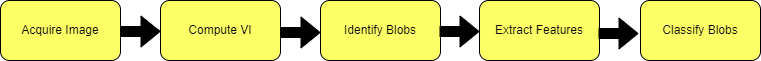
evan-mcginnis/weeds keeps this draw.io diagram as documents/figures/workflow.drawio.png. Above is the earlier version. Source tidied: cells renumbered, new cells last; positions are measured from the earlier drawing's top-left corner, leaving out a move shared by most shapes.
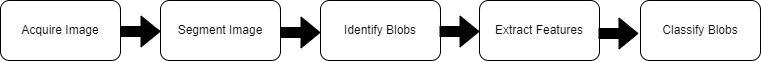
After the commit.

Change to the diagram source:
```diff
@@ -5,16 +5,16 @@
     <mxCell id="2" style="edgeStyle=orthogonalEdgeStyle;rounded=0;jettySize=auto;html=1;fillColor=#FFFF66;" parent="1" edge="1" source="3" target="4">
       <mxGeometry relative="1" as="geometry" />
     </mxCell>
-    <mxCell id="3" value="Acquire Image" style="rounded=1;whiteSpace=wrap;html=1;fillColor=#FFFF66;" parent="1" vertex="1">
+    <mxCell id="3" value="Acquire Image" style="rounded=1;whiteSpace=wrap;html=1;fillColor=#FFFFFF;" parent="1" vertex="1">
       <mxGeometry width="120" height="60" as="geometry" />
     </mxCell>
-    <mxCell id="4" value="Compute VI" style="rounded=1;whiteSpace=wrap;html=1;fillColor=#FFFF66;" parent="1" vertex="1">
+    <mxCell id="4" value="Segment Image" style="rounded=1;whiteSpace=wrap;html=1;fillColor=#FFFFFF;" parent="1" vertex="1">
       <mxGeometry x="160" width="120" height="60" as="geometry" />
     </mxCell>
-    <mxCell id="5" value="Identify Blobs" style="rounded=1;whiteSpace=wrap;html=1;fillColor=#FFFF66;" parent="1" vertex="1">
+    <mxCell id="5" value="Identify Blobs" style="rounded=1;whiteSpace=wrap;html=1;fillColor=#FFFFFF;" parent="1" vertex="1">
       <mxGeometry x="320" width="120" height="60" as="geometry" />
     </mxCell>
-    <mxCell id="6" value="Extract Features" style="rounded=1;whiteSpace=wrap;html=1;fillColor=#FFFF66;" parent="1" vertex="1">
+    <mxCell id="6" value="Extract Features" style="rounded=1;whiteSpace=wrap;html=1;fillColor=#FFFFFF;" parent="1" vertex="1">
       <mxGeometry x="479" width="120" height="60" as="geometry" />
     </mxCell>
     <mxCell id="7" style="shape=flexArrow;endArrow=classic;html=1;rounded=0;fillColor=#000000;" parent="1" edge="1">
@@ -35,7 +35,7 @@
         <mxPoint x="160" y="31" as="targetPoint" />
       </mxGeometry>
     </mxCell>
-    <mxCell id="10" value="Classify Blobs" style="rounded=1;whiteSpace=wrap;html=1;fillColor=#FFFF66;" parent="1" vertex="1">
+    <mxCell id="10" value="Classify Blobs" style="rounded=1;whiteSpace=wrap;html=1;fillColor=#FFFFFF;" parent="1" vertex="1">
       <mxGeometry x="640" width="120" height="60" as="geometry" />
     </mxCell>
     <mxCell id="11" style="shape=flexArrow;endArrow=classic;html=1;rounded=0;fillColor=#000000;" parent="1" edge="1">
```
